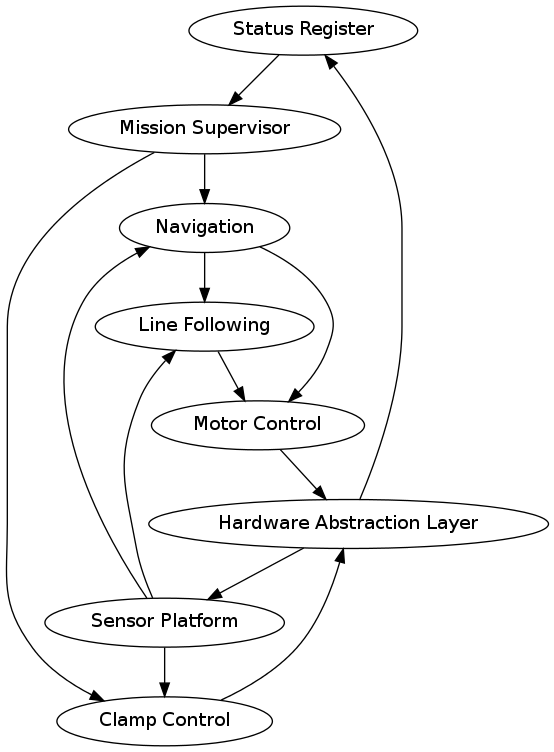
adamgreig/IDP keeps this Graphviz diagram as misc/layout.png. Above is the earlier version. Its source is kept beside it as misc/layout.dot.
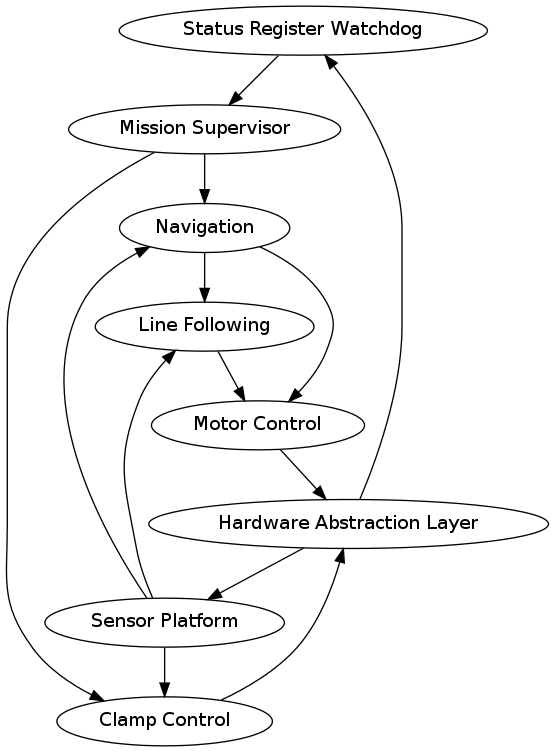
After the commit.

Commit message:
status reg -> status reg watchdog

Diff of the diagram source:
```diff
@@ -1,5 +1,5 @@
 digraph layout {
-    "Status Register" -> "Mission Supervisor";
+    "Status Register Watchdog" -> "Mission Supervisor";
     "Mission Supervisor" -> "Navigation";
     "Navigation" -> "Line Following";
     "Line Following" -> "Motor Control";
@@ -11,5 +11,5 @@
     "Sensor Platform" -> "Navigation";
     "Clamp Control" -> "Hardware Abstraction Layer";
     "Hardware Abstraction Layer" -> "Sensor Platform";
-    "Hardware Abstraction Layer" -> "Status Register";
+    "Hardware Abstraction Layer" -> "Status Register Watchdog";
 }
```
